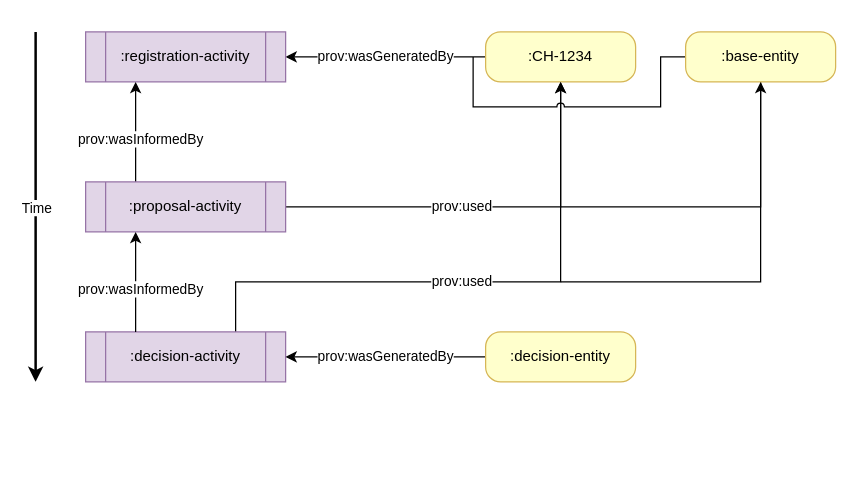
The draw.io diagram img/design_principles_basic.drawio in swiss/paf-link, before the edit. Source tidied: cells renumbered, new cells numbered last; positions are measured from the earlier drawing's top-left corner, leaving out a move shared by most shapes. Both pictures are drawn from the tidied source at 125%, with x=0, y=0 at pixel (35, 31).
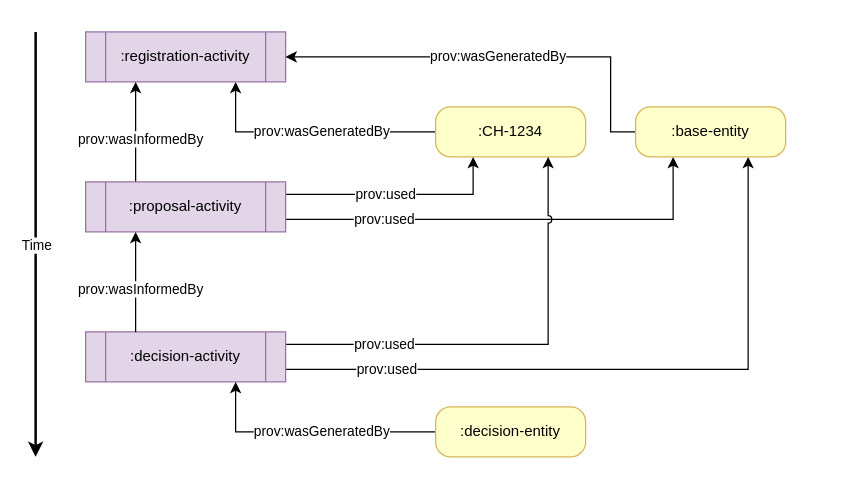
The same diagram, later.

Commit message (it also covers changes not shown here):
update design principles

Unchanged cells that the change refers to:
```xml
<mxCell id="4" value=":registration-activity" style="shape=process;whiteSpace=wrap;html=1;backgroundOutline=1;fillColor=#e1d5e7;strokeColor=#9673a6;" parent="1" vertex="1">
  <mxGeometry x="40" width="160" height="40" as="geometry" />
</mxCell>
<mxCell id="10" value=":proposal-activity" style="shape=process;whiteSpace=wrap;html=1;backgroundOutline=1;fillColor=#e1d5e7;strokeColor=#9673a6;" parent="1" vertex="1">
  <mxGeometry x="40" y="120" width="160" height="40" as="geometry" />
</mxCell>
<mxCell id="13" value=":decision-activity" style="shape=process;whiteSpace=wrap;html=1;backgroundOutline=1;fillColor=#e1d5e7;strokeColor=#9673a6;" parent="1" vertex="1">
  <mxGeometry x="40" y="240" width="160" height="40" as="geometry" />
</mxCell>
```

What changed in the source:
```diff
@@
-    <mxCell id="2" value="prov:wasGeneratedBy" style="edgeStyle=orthogonalEdgeStyle;rounded=0;html=1;exitX=0;exitY=0.5;exitDx=0;exitDy=0;entryX=1;entryY=0.5;entryDx=0;entryDy=0;" parent="1" edge="1" source="3" target="4">
-      <mxGeometry relative="1" as="geometry" />
+    <mxCell id="2" value="prov:wasGeneratedBy" style="edgeStyle=orthogonalEdgeStyle;rounded=0;html=1;exitX=0;exitY=0.5;exitDx=0;exitDy=0;entryX=0.75;entryY=1;entryDx=0;entryDy=0;" parent="1" edge="1" source="3" target="4">
+      <mxGeometry x="-0.09" relative="1" as="geometry" />
     </mxCell>
     <mxCell id="3" value=":CH-1234" style="rounded=1;whiteSpace=wrap;html=1;fillColor=#FFFFCC;strokeColor=#d6b656;arcSize=30;" parent="1" vertex="1">
-      <mxGeometry x="360" width="120" height="40" as="geometry" />
+      <mxGeometry x="320" y="60" width="120" height="40" as="geometry" />
     </mxCell>
@@
     <mxCell id="5" style="endArrow=classic;html=1;strokeWidth=2;" parent="1" edge="1">
       <mxGeometry relative="1" as="geometry">
         <mxPoint as="sourcePoint" />
-        <mxPoint y="280" as="targetPoint" />
+        <mxPoint y="340" as="targetPoint" />
       </mxGeometry>
     </mxCell>
@@
-    <mxCell id="9" value="prov:used" style="edgeStyle=orthogonalEdgeStyle;rounded=0;html=1;exitX=1;exitY=0.5;exitDx=0;exitDy=0;entryX=0.5;entryY=1;entryDx=0;entryDy=0;" parent="1" edge="1" source="10" target="3">
-      <mxGeometry x="-0.12" relative="1" as="geometry">
-        <Array as="points">
-          <mxPoint x="420" y="140" />
-        </Array>
-      </mxGeometry>
+    <mxCell id="9" value="prov:used" style="edgeStyle=orthogonalEdgeStyle;rounded=0;jumpStyle=arc;html=1;exitX=1;exitY=0.25;exitDx=0;exitDy=0;entryX=0.25;entryY=1;entryDx=0;entryDy=0;startArrow=none;startFill=0;endArrow=classic;endFill=1;" parent="1" edge="1" source="10" target="3">
+      <mxGeometry x="-0.11" relative="1" as="geometry" />
     </mxCell>
+    <mxCell id="22" value="prov:used" style="edgeStyle=orthogonalEdgeStyle;rounded=0;jumpStyle=arc;html=1;exitX=1;exitY=0.75;exitDx=0;exitDy=0;entryX=0.25;entryY=1;entryDx=0;entryDy=0;startArrow=none;startFill=0;endArrow=classic;endFill=1;" parent="1" edge="1" source="10" target="21">
+      <mxGeometry x="-0.56" relative="1" as="geometry" />
+    </mxCell>
@@
-    <mxCell id="12" value="prov:used" style="edgeStyle=orthogonalEdgeStyle;rounded=0;html=1;exitX=0.75;exitY=0;exitDx=0;exitDy=0;entryX=0.5;entryY=1;entryDx=0;entryDy=0;" parent="1" edge="1" source="13" target="3">
-      <mxGeometry x="-0.04" relative="1" as="geometry">
+    <mxCell id="12" value="prov:used" style="edgeStyle=orthogonalEdgeStyle;rounded=0;jumpStyle=arc;html=1;exitX=1;exitY=0.25;exitDx=0;exitDy=0;entryX=0.75;entryY=1;entryDx=0;entryDy=0;startArrow=none;startFill=0;endArrow=classic;endFill=1;" parent="1" edge="1" source="13" target="3">
+      <mxGeometry x="-0.56" relative="1" as="geometry">
         <Array as="points">
-          <mxPoint x="160" y="200" />
-          <mxPoint x="420" y="200" />
+          <mxPoint x="410" y="250" />
         </Array>
       </mxGeometry>
     </mxCell>
+    <mxCell id="23" value="prov:used" style="edgeStyle=orthogonalEdgeStyle;rounded=0;jumpStyle=arc;html=1;exitX=1;exitY=0.75;exitDx=0;exitDy=0;entryX=0.75;entryY=1;entryDx=0;entryDy=0;startArrow=none;startFill=0;endArrow=classic;endFill=1;" parent="1" edge="1" source="13" target="21">
+      <mxGeometry x="-0.7" relative="1" as="geometry">
+        <Array as="points">
+          <mxPoint x="570" y="270" />
+        </Array>
+      </mxGeometry>
+    </mxCell>
@@
-    <mxCell id="16" value="prov:wasGeneratedBy" style="edgeStyle=orthogonalEdgeStyle;rounded=0;html=1;exitX=0;exitY=0.5;exitDx=0;exitDy=0;entryX=1;entryY=0.5;entryDx=0;entryDy=0;endArrow=classic;endFill=1;" parent="1" edge="1" source="17" target="13">
-      <mxGeometry relative="1" as="geometry" />
+    <mxCell id="16" value="prov:wasGeneratedBy" style="edgeStyle=orthogonalEdgeStyle;rounded=0;html=1;exitX=0;exitY=0.5;exitDx=0;exitDy=0;entryX=0.75;entryY=1;entryDx=0;entryDy=0;endArrow=classic;endFill=1;" parent="1" edge="1" source="17" target="13">
+      <mxGeometry x="-0.09" relative="1" as="geometry" />
     </mxCell>
     <mxCell id="17" value=":decision-entity" style="rounded=1;whiteSpace=wrap;html=1;fillColor=#FFFFCC;strokeColor=#d6b656;arcSize=30;" parent="1" vertex="1">
-      <mxGeometry x="360" y="240" width="120" height="40" as="geometry" />
+      <mxGeometry x="320" y="300" width="120" height="40" as="geometry" />
     </mxCell>
-    <mxCell id="18" style="edgeStyle=orthogonalEdgeStyle;rounded=0;html=1;exitX=0;exitY=0.5;exitDx=0;exitDy=0;endArrow=none;endFill=0;jumpStyle=arc;" parent="1" edge="1" source="21">
-      <mxGeometry relative="1" as="geometry">
-        <mxPoint x="350" y="20" as="targetPoint" />
-        <Array as="points">
-          <mxPoint x="500" y="20" />
-          <mxPoint x="500" y="60" />
-          <mxPoint x="350" y="60" />
-        </Array>
-      </mxGeometry>
-    </mxCell>
-    <mxCell id="19" style="edgeStyle=orthogonalEdgeStyle;rounded=0;html=1;exitX=0.5;exitY=1;exitDx=0;exitDy=0;endArrow=none;endFill=0;" parent="1" edge="1" source="21">
-      <mxGeometry relative="1" as="geometry">
-        <mxPoint x="420" y="200" as="targetPoint" />
-        <Array as="points">
-          <mxPoint x="580" y="200" />
-        </Array>
-      </mxGeometry>
-    </mxCell>
-    <mxCell id="20" style="edgeStyle=orthogonalEdgeStyle;rounded=0;html=1;exitX=0.5;exitY=1;exitDx=0;exitDy=0;endArrow=none;endFill=0;startArrow=classic;startFill=1;" parent="1" edge="1" source="21">
-      <mxGeometry relative="1" as="geometry">
-        <mxPoint x="420" y="140" as="targetPoint" />
-        <Array as="points">
-          <mxPoint x="580" y="140" />
-        </Array>
-      </mxGeometry>
-    </mxCell>
+    <mxCell id="24" value="prov:wasGeneratedBy" style="edgeStyle=orthogonalEdgeStyle;rounded=0;jumpStyle=arc;html=1;exitX=0;exitY=0.5;exitDx=0;exitDy=0;entryX=1;entryY=0.5;entryDx=0;entryDy=0;startArrow=none;startFill=0;endArrow=classic;endFill=1;" parent="1" edge="1" source="21" target="4">
+      <mxGeometry relative="1" as="geometry">
+        <Array as="points">
+          <mxPoint x="460" y="80" />
+          <mxPoint x="460" y="20" />
+        </Array>
+      </mxGeometry>
+    </mxCell>
     <mxCell id="21" value=":base-entity" style="rounded=1;whiteSpace=wrap;html=1;fillColor=#FFFFCC;strokeColor=#d6b656;arcSize=30;" parent="1" vertex="1">
-      <mxGeometry x="520" width="120" height="40" as="geometry" />
+      <mxGeometry x="480" y="60" width="120" height="40" as="geometry" />
     </mxCell>
```
